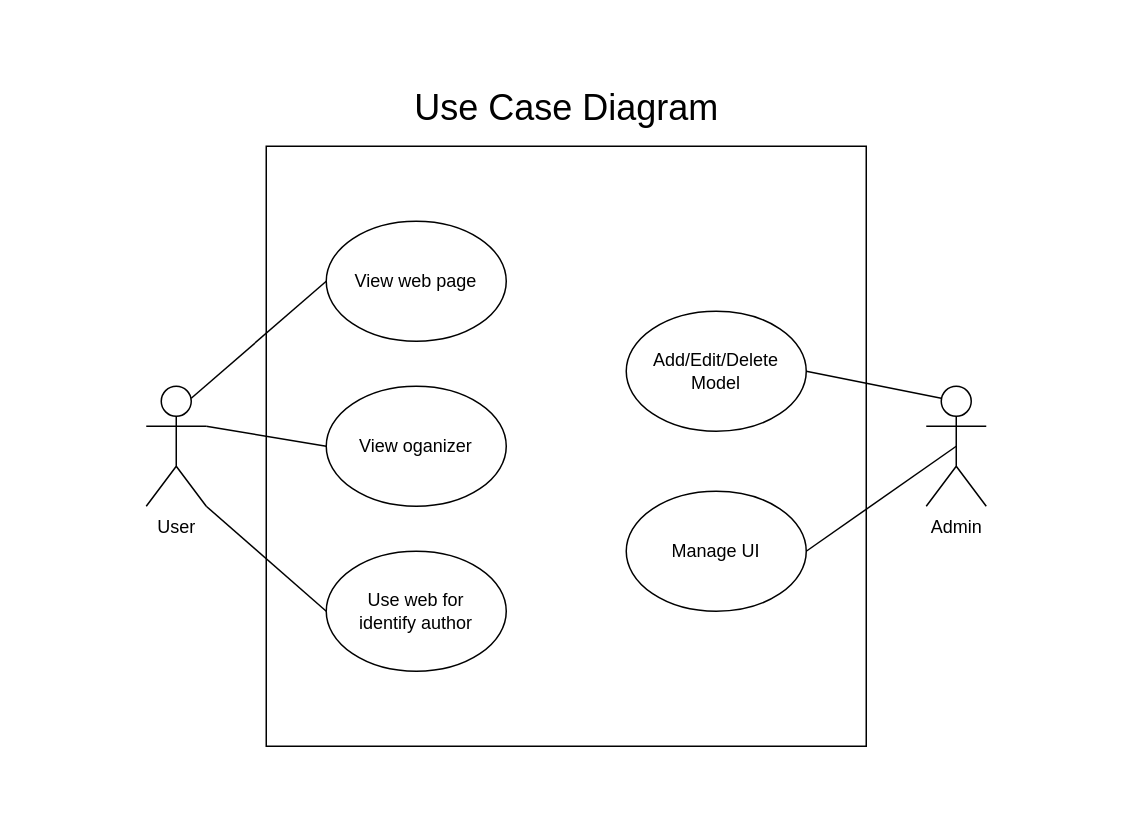
This is CE_project_diagram/usecase_diagram.drawio from phlpat/test_repo, a draw.io file, before an edit. Source tidied: cells renumbered, new cells numbered last; positions are measured from the earlier drawing's top-left corner, leaving out a move shared by most shapes. Both pictures are drawn from the tidied source at 150%, with x=0, y=0 at pixel (26, 26).
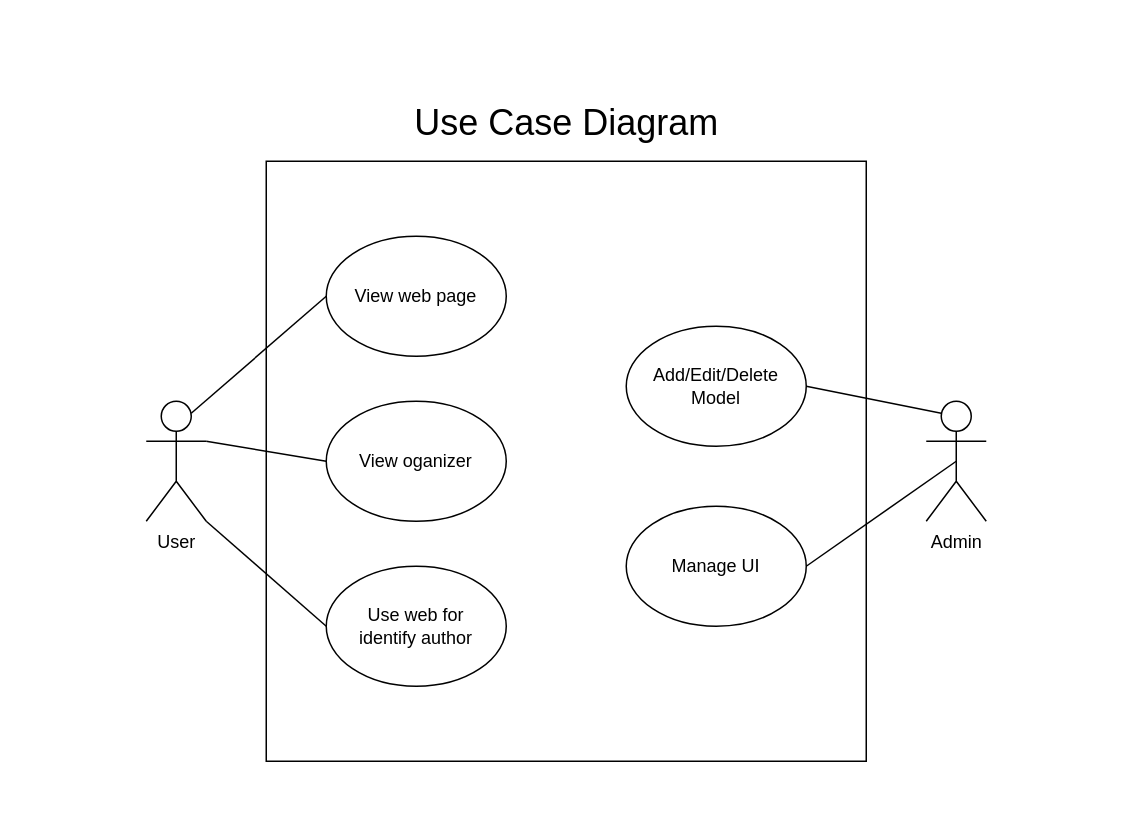
The same page after the edit.

The edit, as a diff of the source:
```diff
@@
 <mxGraphModel>
   <root>
     <mxCell id="0" />
     <mxCell id="1" parent="0" />
+    <mxCell id="17" style="group;" parent="1" vertex="1">
+      <mxGeometry x="40" y="40" width="620" height="460" as="geometry" />
+    </mxCell>
-    <mxCell id="2" style="rounded=0;whiteSpace=wrap;html=1;fontSize=24;strokeColor=none;" parent="1" vertex="1">
-      <mxGeometry width="720" height="520" as="geometry" />
+    <mxCell id="2" style="rounded=0;whiteSpace=wrap;html=1;fontSize=24;strokeColor=none;" parent="17" vertex="1">
+      <mxGeometry width="620" height="460" as="geometry" />
     </mxCell>
-    <mxCell id="3" value="User" style="shape=umlActor;verticalLabelPosition=bottom;verticalAlign=top;html=1;outlineConnect=0;" parent="1" vertex="1">
-      <mxGeometry x="80" y="240" width="40" height="80" as="geometry" />
+    <mxCell id="3" value="User" style="shape=umlActor;verticalLabelPosition=bottom;verticalAlign=top;html=1;outlineConnect=0;" parent="17" vertex="1">
+      <mxGeometry x="40" y="210" width="40" height="80" as="geometry" />
     </mxCell>
-    <mxCell id="4" value="Admin" style="shape=umlActor;verticalLabelPosition=bottom;verticalAlign=top;html=1;outlineConnect=0;" parent="1" vertex="1">
-      <mxGeometry x="600" y="240" width="40" height="80" as="geometry" />
+    <mxCell id="4" value="Admin" style="shape=umlActor;verticalLabelPosition=bottom;verticalAlign=top;html=1;outlineConnect=0;" parent="17" vertex="1">
+      <mxGeometry x="560" y="210" width="40" height="80" as="geometry" />
     </mxCell>
-    <mxCell id="5" style="rounded=0;whiteSpace=wrap;html=1;" parent="1" vertex="1">
-      <mxGeometry x="160" y="80" width="400" height="400" as="geometry" />
+    <mxCell id="5" style="rounded=0;whiteSpace=wrap;html=1;" parent="17" vertex="1">
+      <mxGeometry x="120" y="50" width="400" height="400" as="geometry" />
     </mxCell>
-    <mxCell id="6" value="Add/Edit/Delete Model" style="ellipse;whiteSpace=wrap;html=1;" parent="1" vertex="1">
-      <mxGeometry x="400" y="190" width="120" height="80" as="geometry" />
+    <mxCell id="6" value="Add/Edit/Delete Model" style="ellipse;whiteSpace=wrap;html=1;" parent="17" vertex="1">
+      <mxGeometry x="360" y="160" width="120" height="80" as="geometry" />
     </mxCell>
-    <mxCell id="7" value="View oganizer" style="ellipse;whiteSpace=wrap;html=1;" parent="1" vertex="1">
-      <mxGeometry x="200" y="240" width="120" height="80" as="geometry" />
+    <mxCell id="7" value="View oganizer" style="ellipse;whiteSpace=wrap;html=1;" parent="17" vertex="1">
+      <mxGeometry x="160" y="210" width="120" height="80" as="geometry" />
     </mxCell>
-    <mxCell id="8" value="Use web for &lt;br&gt;identify author" style="ellipse;whiteSpace=wrap;html=1;" parent="1" vertex="1">
-      <mxGeometry x="200" y="350" width="120" height="80" as="geometry" />
+    <mxCell id="8" value="Use web for &lt;br&gt;identify author" style="ellipse;whiteSpace=wrap;html=1;" parent="17" vertex="1">
+      <mxGeometry x="160" y="320" width="120" height="80" as="geometry" />
     </mxCell>
-    <mxCell id="9" value="View web page" style="ellipse;whiteSpace=wrap;html=1;" parent="1" vertex="1">
-      <mxGeometry x="200" y="130" width="120" height="80" as="geometry" />
+    <mxCell id="9" value="View web page" style="ellipse;whiteSpace=wrap;html=1;" parent="17" vertex="1">
+      <mxGeometry x="160" y="100" width="120" height="80" as="geometry" />
     </mxCell>
-    <mxCell id="10" value="Manage UI" style="ellipse;whiteSpace=wrap;html=1;" parent="1" vertex="1">
-      <mxGeometry x="400" y="310" width="120" height="80" as="geometry" />
+    <mxCell id="10" value="Manage UI" style="ellipse;whiteSpace=wrap;html=1;" parent="17" vertex="1">
+      <mxGeometry x="360" y="280" width="120" height="80" as="geometry" />
     </mxCell>
-    <mxCell id="11" value="&lt;font style=&quot;font-size: 24px;&quot;&gt;Use Case Diagram&lt;/font&gt;" style="text;html=1;strokeColor=none;fillColor=none;align=center;verticalAlign=middle;whiteSpace=wrap;rounded=0;" parent="1" vertex="1">
-      <mxGeometry x="243.8" y="40" width="232.5" height="30" as="geometry" />
+    <mxCell id="11" value="&lt;font style=&quot;font-size: 24px;&quot;&gt;Use Case Diagram&lt;/font&gt;" style="text;html=1;strokeColor=none;fillColor=none;align=center;verticalAlign=middle;whiteSpace=wrap;rounded=0;" parent="17" vertex="1">
+      <mxGeometry x="203.8" y="10" width="232.5" height="30" as="geometry" />
     </mxCell>
-    <mxCell id="12" style="endArrow=none;html=1;rounded=0;fontSize=24;entryX=0;entryY=0.5;entryDx=0;entryDy=0;exitX=0.75;exitY=0.1;exitDx=0;exitDy=0;exitPerimeter=0;" parent="1" edge="1" source="3" target="9">
+    <mxCell id="12" style="endArrow=none;html=1;rounded=0;fontSize=24;entryX=0;entryY=0.5;entryDx=0;entryDy=0;exitX=0.75;exitY=0.1;exitDx=0;exitDy=0;exitPerimeter=0;" parent="17" edge="1" source="3" target="9">
       <mxGeometry relative="1" as="geometry" />
     </mxCell>
-    <mxCell id="13" style="endArrow=none;html=1;rounded=0;fontSize=24;entryX=0;entryY=0.5;entryDx=0;entryDy=0;exitX=1;exitY=0.3333333333333333;exitDx=0;exitDy=0;exitPerimeter=0;" parent="1" edge="1" source="3" target="7">
+    <mxCell id="13" style="endArrow=none;html=1;rounded=0;fontSize=24;entryX=0;entryY=0.5;entryDx=0;entryDy=0;exitX=1;exitY=0.3333333333333333;exitDx=0;exitDy=0;exitPerimeter=0;" parent="17" edge="1" source="3" target="7">
       <mxGeometry relative="1" as="geometry" />
     </mxCell>
-    <mxCell id="14" style="endArrow=none;html=1;rounded=0;fontSize=24;exitX=1;exitY=1;exitDx=0;exitDy=0;exitPerimeter=0;entryX=0;entryY=0.5;entryDx=0;entryDy=0;" parent="1" edge="1" source="3" target="8">
+    <mxCell id="14" style="endArrow=none;html=1;rounded=0;fontSize=24;exitX=1;exitY=1;exitDx=0;exitDy=0;exitPerimeter=0;entryX=0;entryY=0.5;entryDx=0;entryDy=0;" parent="17" edge="1" source="3" target="8">
       <mxGeometry relative="1" as="geometry" />
     </mxCell>
-    <mxCell id="15" style="endArrow=none;html=1;rounded=0;fontSize=24;entryX=0.25;entryY=0.1;entryDx=0;entryDy=0;entryPerimeter=0;exitX=1;exitY=0.5;exitDx=0;exitDy=0;" parent="1" edge="1" source="6" target="4">
+    <mxCell id="15" style="endArrow=none;html=1;rounded=0;fontSize=24;entryX=0.25;entryY=0.1;entryDx=0;entryDy=0;entryPerimeter=0;exitX=1;exitY=0.5;exitDx=0;exitDy=0;" parent="17" edge="1" source="6" target="4">
       <mxGeometry relative="1" as="geometry" />
     </mxCell>
-    <mxCell id="16" style="endArrow=none;html=1;rounded=0;fontSize=24;entryX=0.5;entryY=0.5;entryDx=0;entryDy=0;entryPerimeter=0;exitX=1;exitY=0.5;exitDx=0;exitDy=0;" parent="1" edge="1" source="10" target="4">
+    <mxCell id="16" style="endArrow=none;html=1;rounded=0;fontSize=24;entryX=0.5;entryY=0.5;entryDx=0;entryDy=0;entryPerimeter=0;exitX=1;exitY=0.5;exitDx=0;exitDy=0;" parent="17" edge="1" source="10" target="4">
       <mxGeometry relative="1" as="geometry" />
     </mxCell>
   </root>
 </mxGraphModel>
```
